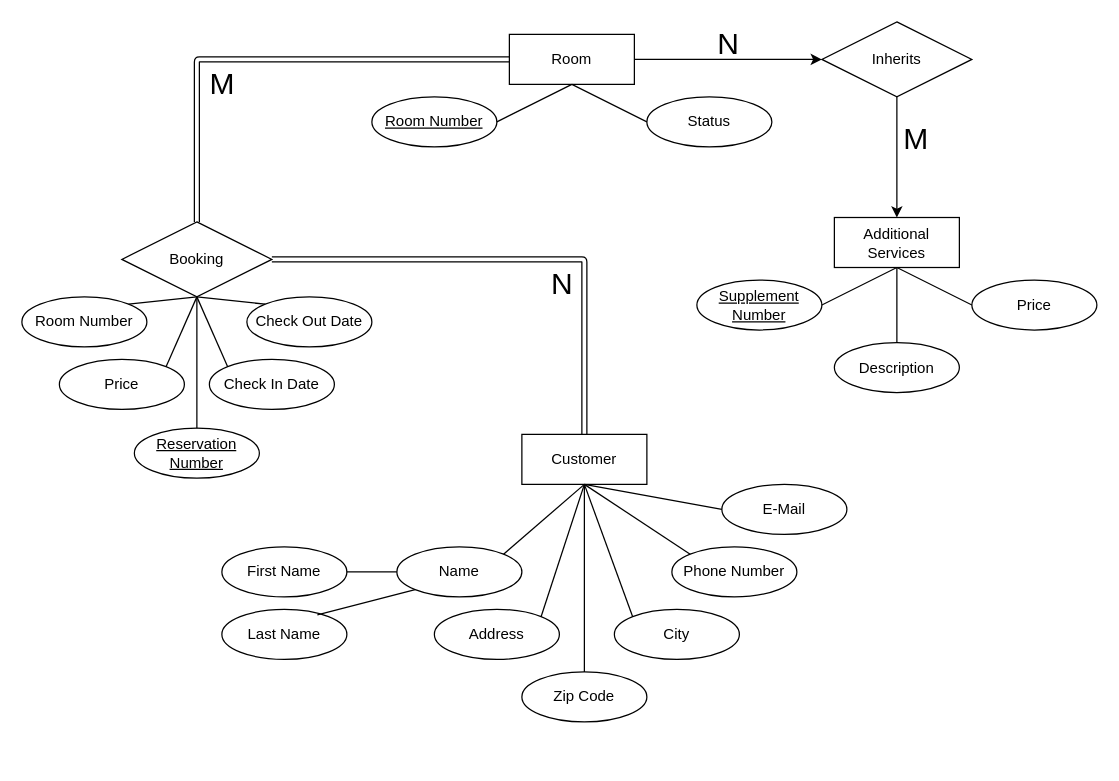
The draw.io diagram Dokumentation/ER Diagram.drawio in NansyT/CountryLiving, before the edit. Source tidied: cells renumbered, new cells numbered last; positions are measured from the earlier drawing's top-left corner, leaving out a move shared by most shapes. Both pictures are drawn from the tidied source at 125%, with x=0, y=0 at pixel (21, 21).
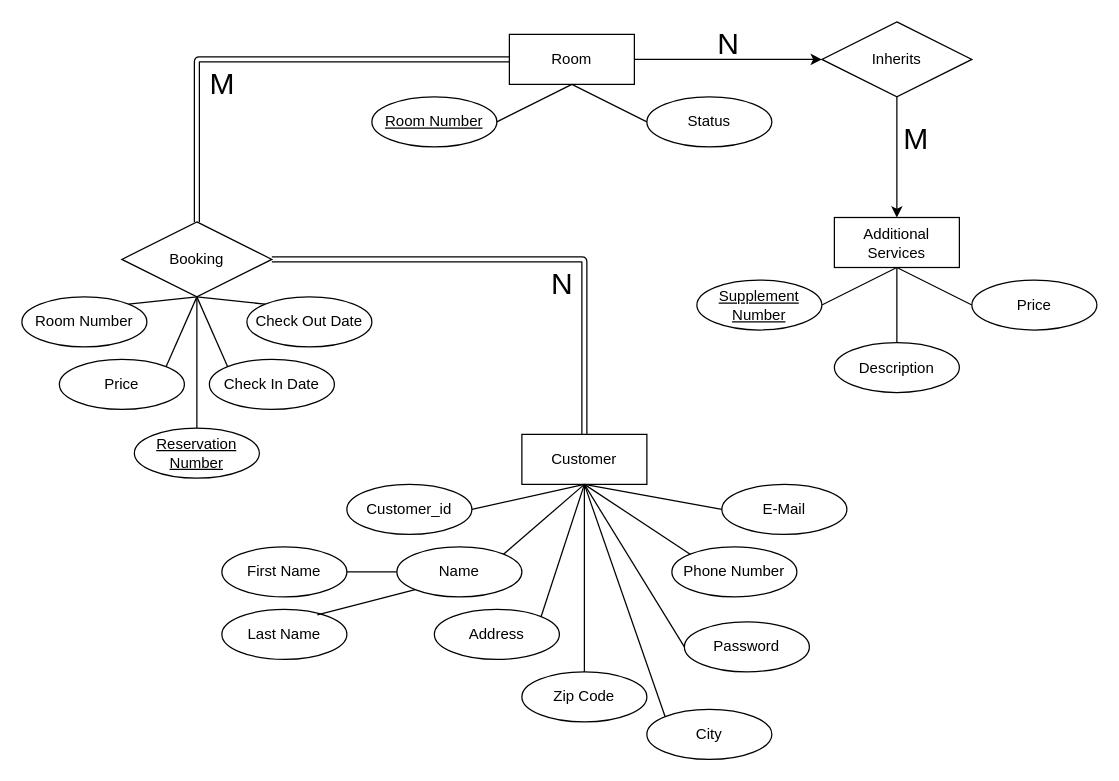
After the change.

Unchanged cells that the change refers to:
```xml
<mxCell id="13" value="Customer" style="whiteSpace=wrap;html=1;align=center;" parent="1" vertex="1">
  <mxGeometry x="400" y="330" width="100" height="40" as="geometry" />
</mxCell>
```

What changed in the source:
```diff
@@
     <mxCell id="16" value="City" style="ellipse;whiteSpace=wrap;html=1;align=center;" parent="1" vertex="1">
-      <mxGeometry x="474" y="470" width="100" height="40" as="geometry" />
+      <mxGeometry x="500" y="550" width="100" height="40" as="geometry" />
     </mxCell>
@@
+    <mxCell id="51" value="Customer_id" style="ellipse;whiteSpace=wrap;html=1;align=center;" parent="1" vertex="1">
+      <mxGeometry x="260" y="370" width="100" height="40" as="geometry" />
+    </mxCell>
+    <mxCell id="52" style="endArrow=none;html=1;exitX=1;exitY=0.5;exitDx=0;exitDy=0;" parent="1" edge="1" source="51">
+      <mxGeometry relative="1" as="geometry">
+        <mxPoint x="450" y="370" as="targetPoint" />
+      </mxGeometry>
+    </mxCell>
+    <mxCell id="53" value="Password" style="ellipse;whiteSpace=wrap;html=1;align=center;" parent="1" vertex="1">
+      <mxGeometry x="530" y="480" width="100" height="40" as="geometry" />
+    </mxCell>
+    <mxCell id="54" style="endArrow=none;html=1;exitX=0;exitY=0.5;exitDx=0;exitDy=0;entryX=0.5;entryY=1;entryDx=0;entryDy=0;" parent="1" edge="1" source="53" target="13">
+      <mxGeometry relative="1" as="geometry" />
+    </mxCell>
```
